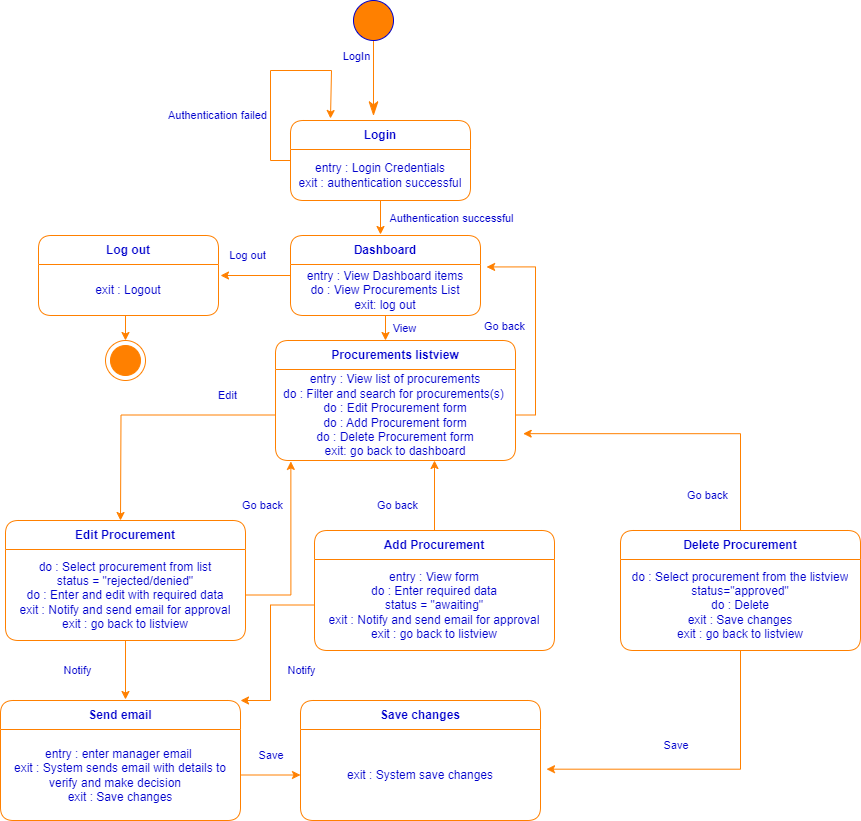
kxh03/itam keeps this draw.io diagram as itam-uml/itam-state-diagram/itam-state-diagram-procurement.png. Above is the earlier version. Source tidied: cells renumbered, new cells last; positions are measured from the earlier drawing's top-left corner, leaving out a move shared by most shapes.
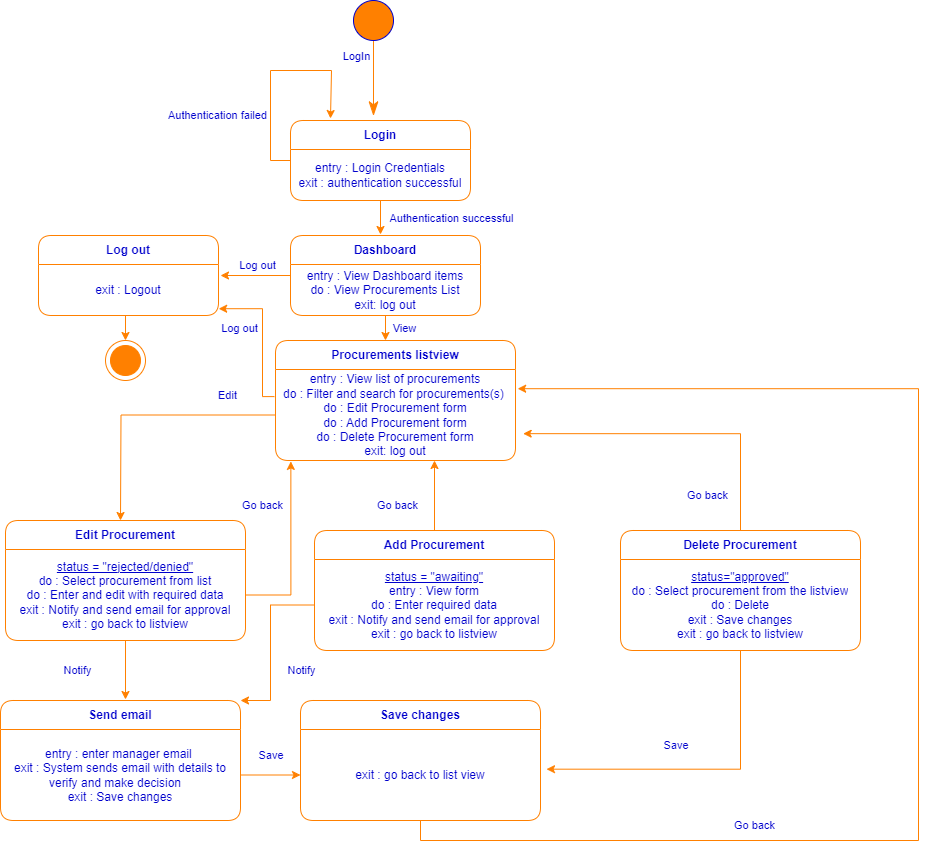
After the commit.

Commit message:
Fix state diagrams

Change to the diagram source:
```diff
@@ -68,7 +68,7 @@
       </mxGeometry>
     </mxCell>
     <mxCell id="16" value="Log out" style="text;html=1;align=center;verticalAlign=middle;labelBackgroundColor=#ffffff;fontSize=11;fontColor=#0000CC;" parent="1" vertex="1">
-      <mxGeometry x="230" y="250" as="geometry">
+      <mxGeometry x="222" y="323" as="geometry">
         <mxPoint x="16" y="4" as="offset" />
       </mxGeometry>
     </mxCell>
@@ -86,7 +86,16 @@
         <mxPoint x="-155" y="180" as="targetPoint" />
       </mxGeometry>
     </mxCell>
+    <mxCell id="24" style="edgeStyle=orthogonalEdgeStyle;rounded=0;jettySize=auto;html=1;exitX=1;exitY=0.5;exitDx=0;exitDy=0;entryX=1.001;entryY=0.867;entryDx=0;entryDy=0;entryPerimeter=0;strokeColor=#FF8000;" parent="19" edge="1" target="18">
+      <mxGeometry relative="1" as="geometry">
+        <mxPoint x="-1.1" y="56.1" as="sourcePoint" />
+        <Array as="points">
+          <mxPoint x="-13" y="56" />
+          <mxPoint x="-13" y="-32" />
+        </Array>
+      </mxGeometry>
+    </mxCell>
-    <mxCell id="21" value="&lt;div style=&quot;&quot;&gt;&lt;span style=&quot;color: rgb(0, 0, 204); background-color: initial;&quot;&gt;entry : View list of procurements&lt;/span&gt;&lt;/div&gt;&lt;font color=&quot;#0000cc&quot;&gt;&lt;div style=&quot;&quot;&gt;&lt;span style=&quot;background-color: initial;&quot;&gt;do : Filter and search for procurements(s)&amp;nbsp;&lt;/span&gt;&lt;/div&gt;&lt;div style=&quot;&quot;&gt;&lt;span style=&quot;background-color: initial;&quot;&gt;do : Edit Procurement form&lt;/span&gt;&lt;/div&gt;&lt;div style=&quot;&quot;&gt;&lt;span style=&quot;background-color: initial;&quot;&gt;do : Add Procurement form&lt;/span&gt;&lt;/div&gt;&lt;div style=&quot;&quot;&gt;&lt;span style=&quot;background-color: initial;&quot;&gt;do : Delete Procurement form&lt;/span&gt;&lt;/div&gt;&lt;div style=&quot;&quot;&gt;&lt;span style=&quot;background-color: initial;&quot;&gt;exit: go back to dashboard&lt;/span&gt;&lt;/div&gt;&lt;/font&gt;" style="text;html=1;strokeColor=none;fillColor=none;align=center;verticalAlign=middle;spacingLeft=4;spacingRight=4;overflow=hidden;points=[[0,0.5],[1,0.5]];portConstraint=eastwest;whiteSpace=wrap;" parent="19" vertex="1">
+    <mxCell id="21" value="&lt;div style=&quot;&quot;&gt;&lt;span style=&quot;color: rgb(0, 0, 204); background-color: initial;&quot;&gt;entry : View list of procurements&lt;/span&gt;&lt;/div&gt;&lt;font color=&quot;#0000cc&quot;&gt;&lt;div style=&quot;&quot;&gt;&lt;span style=&quot;background-color: initial;&quot;&gt;do : Filter and search for procurements(s)&amp;nbsp;&lt;/span&gt;&lt;/div&gt;&lt;div style=&quot;&quot;&gt;&lt;span style=&quot;background-color: initial;&quot;&gt;do : Edit Procurement form&lt;/span&gt;&lt;/div&gt;&lt;div style=&quot;&quot;&gt;&lt;span style=&quot;background-color: initial;&quot;&gt;do : Add Procurement form&lt;/span&gt;&lt;/div&gt;&lt;div style=&quot;&quot;&gt;&lt;span style=&quot;background-color: initial;&quot;&gt;do : Delete Procurement form&lt;/span&gt;&lt;/div&gt;&lt;div style=&quot;&quot;&gt;&lt;span style=&quot;background-color: initial;&quot;&gt;exit: log out&lt;/span&gt;&lt;/div&gt;&lt;/font&gt;" style="text;html=1;strokeColor=none;fillColor=none;align=center;verticalAlign=middle;spacingLeft=4;spacingRight=4;overflow=hidden;points=[[0,0.5],[1,0.5]];portConstraint=eastwest;whiteSpace=wrap;" parent="19" vertex="1">
       <mxGeometry y="29" width="240" height="91" as="geometry" />
     </mxCell>
     <mxCell id="22" value="View" style="text;html=1;align=center;verticalAlign=middle;labelBackgroundColor=#ffffff;fontSize=11;fontColor=#0000CC;" parent="1" vertex="1">
@@ -97,14 +106,6 @@
     <mxCell id="23" style="edgeStyle=orthogonalEdgeStyle;rounded=0;jettySize=auto;html=1;exitX=0.5;exitY=1;exitDx=0;exitDy=0;entryX=0.5;entryY=0;entryDx=0;entryDy=0;entryPerimeter=0;strokeColor=#FF8000;" parent="1" edge="1" source="17" target="5">
       <mxGeometry relative="1" as="geometry" />
     </mxCell>
-    <mxCell id="24" style="edgeStyle=orthogonalEdgeStyle;rounded=0;jettySize=auto;html=1;exitX=1;exitY=0.5;exitDx=0;exitDy=0;entryX=1.032;entryY=0.048;entryDx=0;entryDy=0;entryPerimeter=0;strokeColor=#FF8000;" parent="1" edge="1" source="21" target="14">
-      <mxGeometry relative="1" as="geometry" />
-    </mxCell>
-    <mxCell id="25" value="Go back" style="text;html=1;align=center;verticalAlign=middle;labelBackgroundColor=#ffffff;fontSize=11;fontColor=#0000CC;" parent="1" vertex="1">
-      <mxGeometry x="487" y="321" as="geometry">
-        <mxPoint x="16" y="4" as="offset" />
-      </mxGeometry>
-    </mxCell>
     <mxCell id="26" style="edgeStyle=orthogonalEdgeStyle;rounded=0;jettySize=auto;html=1;strokeColor=#FF8000;" parent="1" edge="1" source="27">
       <mxGeometry relative="1" as="geometry">
         <mxPoint x="125" y="699" as="targetPoint" />
@@ -113,7 +114,7 @@
     <mxCell id="27" value="&lt;font color=&quot;#0000cc&quot;&gt;Edit Procurement&lt;/font&gt;" style="swimlane;fontStyle=1;align=center;verticalAlign=middle;horizontal=1;startSize=29;html=1;whiteSpace=wrap;strokeColor=#FF8000;rounded=1;swimlaneFillColor=default;" parent="1" vertex="1">
       <mxGeometry x="5" y="520" width="240" height="120" as="geometry" />
     </mxCell>
-    <mxCell id="28" value="&lt;div style=&quot;&quot;&gt;&lt;span style=&quot;color: rgb(0, 0, 204); background-color: initial;&quot;&gt;do : Select procurement from list&lt;/span&gt;&lt;br&gt;&lt;/div&gt;&lt;div style=&quot;&quot;&gt;&lt;font color=&quot;#0000cc&quot;&gt;status = &quot;rejected/denied&quot;&lt;/font&gt;&lt;/div&gt;&lt;div style=&quot;&quot;&gt;&lt;font color=&quot;#0000cc&quot;&gt;do : Enter and edit with required data&lt;/font&gt;&lt;/div&gt;&lt;div style=&quot;&quot;&gt;&lt;font color=&quot;#0000cc&quot;&gt;exit : Notify and send email for approval&lt;/font&gt;&lt;/div&gt;&lt;div style=&quot;&quot;&gt;&lt;font color=&quot;#0000cc&quot;&gt;exit : go back to listview&lt;/font&gt;&lt;/div&gt;" style="text;html=1;strokeColor=none;fillColor=none;align=center;verticalAlign=middle;spacingLeft=4;spacingRight=4;overflow=hidden;points=[[0,0.5],[1,0.5]];portConstraint=eastwest;whiteSpace=wrap;" parent="27" vertex="1">
+    <mxCell id="28" value="&lt;div style=&quot;border-color: var(--border-color);&quot;&gt;&lt;font style=&quot;border-color: var(--border-color);&quot; color=&quot;#0000cc&quot;&gt;&lt;u&gt;status = &quot;rejected/denied&quot;&lt;/u&gt;&lt;/font&gt;&lt;/div&gt;&lt;div style=&quot;&quot;&gt;&lt;span style=&quot;color: rgb(0, 0, 204); background-color: initial;&quot;&gt;do : Select procurement from list&lt;/span&gt;&lt;br&gt;&lt;/div&gt;&lt;div style=&quot;&quot;&gt;&lt;span style=&quot;color: rgb(0, 0, 204); background-color: initial;&quot;&gt;do : Enter and edit with required data&lt;/span&gt;&lt;br&gt;&lt;/div&gt;&lt;div style=&quot;&quot;&gt;&lt;font color=&quot;#0000cc&quot;&gt;exit : Notify and send email for approval&lt;/font&gt;&lt;/div&gt;&lt;div style=&quot;&quot;&gt;&lt;font color=&quot;#0000cc&quot;&gt;exit : go back to listview&lt;/font&gt;&lt;/div&gt;" style="text;html=1;strokeColor=none;fillColor=none;align=center;verticalAlign=middle;spacingLeft=4;spacingRight=4;overflow=hidden;points=[[0,0.5],[1,0.5]];portConstraint=eastwest;whiteSpace=wrap;" parent="27" vertex="1">
       <mxGeometry y="29" width="240" height="91" as="geometry" />
     </mxCell>
     <mxCell id="29" value="Edit" style="text;html=1;align=center;verticalAlign=middle;labelBackgroundColor=#ffffff;fontSize=11;fontColor=#0000CC;" parent="1" vertex="1">
@@ -129,10 +130,19 @@
         <mxPoint x="16" y="4" as="offset" />
       </mxGeometry>
     </mxCell>
+    <mxCell id="51" style="edgeStyle=orthogonalEdgeStyle;rounded=0;jettySize=auto;html=1;exitX=0.5;exitY=1;exitDx=0;exitDy=0;entryX=1.009;entryY=0.211;entryDx=0;entryDy=0;entryPerimeter=0;strokeColor=#FF8000;" parent="1" edge="1" source="32" target="21">
+      <mxGeometry relative="1" as="geometry">
+        <Array as="points">
+          <mxPoint x="420" y="840" />
+          <mxPoint x="918" y="840" />
+          <mxPoint x="918" y="388" />
+        </Array>
+      </mxGeometry>
+    </mxCell>
     <mxCell id="32" value="&lt;font color=&quot;#0000cc&quot;&gt;Save changes&lt;/font&gt;" style="swimlane;fontStyle=1;align=center;verticalAlign=middle;horizontal=1;startSize=29;html=1;whiteSpace=wrap;strokeColor=#FF8000;rounded=1;swimlaneFillColor=default;" parent="1" vertex="1">
       <mxGeometry x="300" y="700" width="240" height="120" as="geometry" />
     </mxCell>
-    <mxCell id="33" value="&lt;div style=&quot;&quot;&gt;&lt;span style=&quot;color: rgb(0, 0, 204); background-color: initial;&quot;&gt;exit : System save changes&lt;/span&gt;&lt;br&gt;&lt;/div&gt;" style="text;html=1;strokeColor=none;fillColor=none;align=center;verticalAlign=middle;spacingLeft=4;spacingRight=4;overflow=hidden;points=[[0,0.5],[1,0.5]];portConstraint=eastwest;whiteSpace=wrap;" parent="32" vertex="1">
+    <mxCell id="33" value="&lt;div style=&quot;&quot;&gt;&lt;span style=&quot;color: rgb(0, 0, 204); background-color: initial;&quot;&gt;exit : go back to list view&lt;/span&gt;&lt;br&gt;&lt;/div&gt;" style="text;html=1;strokeColor=none;fillColor=none;align=center;verticalAlign=middle;spacingLeft=4;spacingRight=4;overflow=hidden;points=[[0,0.5],[1,0.5]];portConstraint=eastwest;whiteSpace=wrap;" parent="32" vertex="1">
       <mxGeometry y="29" width="240" height="91" as="geometry" />
     </mxCell>
     <mxCell id="34" value="Save&amp;nbsp;" style="text;html=1;align=center;verticalAlign=middle;labelBackgroundColor=#ffffff;fontSize=11;fontColor=#0000CC;" parent="1" vertex="1">
@@ -148,13 +158,13 @@
     <mxCell id="36" value="&lt;font color=&quot;#0000cc&quot;&gt;Add Procurement&lt;/font&gt;" style="swimlane;fontStyle=1;align=center;verticalAlign=middle;horizontal=1;startSize=29;html=1;whiteSpace=wrap;strokeColor=#FF8000;rounded=1;swimlaneFillColor=default;" parent="1" vertex="1">
       <mxGeometry x="314" y="530" width="240" height="120" as="geometry" />
     </mxCell>
-    <mxCell id="37" value="&lt;div style=&quot;&quot;&gt;&lt;font color=&quot;#0000cc&quot;&gt;entry : View form&lt;/font&gt;&lt;/div&gt;&lt;div style=&quot;&quot;&gt;&lt;font color=&quot;#0000cc&quot;&gt;do : Enter required data&lt;/font&gt;&lt;/div&gt;&lt;div style=&quot;&quot;&gt;&lt;font color=&quot;#0000cc&quot;&gt;status = &quot;awaiting&quot;&lt;/font&gt;&lt;/div&gt;&lt;div style=&quot;&quot;&gt;&lt;font color=&quot;#0000cc&quot;&gt;exit : Notify and send email for approval&lt;/font&gt;&lt;/div&gt;&lt;div style=&quot;&quot;&gt;&lt;font color=&quot;#0000cc&quot;&gt;exit : go back to listview&lt;/font&gt;&lt;/div&gt;" style="text;html=1;strokeColor=none;fillColor=none;align=center;verticalAlign=middle;spacingLeft=4;spacingRight=4;overflow=hidden;points=[[0,0.5],[1,0.5]];portConstraint=eastwest;whiteSpace=wrap;" parent="36" vertex="1">
+    <mxCell id="37" value="&lt;div style=&quot;border-color: var(--border-color);&quot;&gt;&lt;font style=&quot;border-color: var(--border-color);&quot; color=&quot;#0000cc&quot;&gt;&lt;u&gt;status = &quot;awaiting&quot;&lt;/u&gt;&lt;/font&gt;&lt;/div&gt;&lt;div style=&quot;&quot;&gt;&lt;font color=&quot;#0000cc&quot;&gt;entry : View form&lt;/font&gt;&lt;/div&gt;&lt;div style=&quot;&quot;&gt;&lt;font color=&quot;#0000cc&quot;&gt;do : Enter required data&lt;/font&gt;&lt;/div&gt;&lt;div style=&quot;&quot;&gt;&lt;span style=&quot;color: rgb(0, 0, 204); background-color: initial;&quot;&gt;exit : Notify and send email for approval&lt;/span&gt;&lt;br&gt;&lt;/div&gt;&lt;div style=&quot;&quot;&gt;&lt;font color=&quot;#0000cc&quot;&gt;exit : go back to listview&lt;/font&gt;&lt;/div&gt;" style="text;html=1;strokeColor=none;fillColor=none;align=center;verticalAlign=middle;spacingLeft=4;spacingRight=4;overflow=hidden;points=[[0,0.5],[1,0.5]];portConstraint=eastwest;whiteSpace=wrap;" parent="36" vertex="1">
       <mxGeometry y="29" width="240" height="91" as="geometry" />
     </mxCell>
     <mxCell id="38" value="&lt;font color=&quot;#0000cc&quot;&gt;Delete Procurement&lt;/font&gt;" style="swimlane;fontStyle=1;align=center;verticalAlign=middle;horizontal=1;startSize=29;html=1;whiteSpace=wrap;strokeColor=#FF8000;rounded=1;swimlaneFillColor=default;" parent="1" vertex="1">
       <mxGeometry x="620" y="530" width="240" height="120" as="geometry" />
     </mxCell>
-    <mxCell id="39" value="&lt;div style=&quot;&quot;&gt;&lt;font color=&quot;#0000cc&quot;&gt;do : Select procurement from the listview&lt;/font&gt;&lt;/div&gt;&lt;div style=&quot;&quot;&gt;&lt;font color=&quot;#0000cc&quot;&gt;status=&quot;approved&quot;&lt;/font&gt;&lt;/div&gt;&lt;div style=&quot;&quot;&gt;&lt;font color=&quot;#0000cc&quot;&gt;do : Delete&lt;/font&gt;&lt;/div&gt;&lt;div style=&quot;&quot;&gt;&lt;font color=&quot;#0000cc&quot;&gt;exit : Save changes&lt;/font&gt;&lt;/div&gt;&lt;div style=&quot;&quot;&gt;&lt;font color=&quot;#0000cc&quot;&gt;exit : go back to listview&lt;/font&gt;&lt;/div&gt;" style="text;html=1;strokeColor=none;fillColor=none;align=center;verticalAlign=middle;spacingLeft=4;spacingRight=4;overflow=hidden;whiteSpace=wrap;" parent="38" vertex="1">
+    <mxCell id="39" value="&lt;div style=&quot;border-color: var(--border-color);&quot;&gt;&lt;font style=&quot;border-color: var(--border-color);&quot; color=&quot;#0000cc&quot;&gt;&lt;u&gt;status=&quot;approved&quot;&lt;/u&gt;&lt;/font&gt;&lt;/div&gt;&lt;div style=&quot;&quot;&gt;&lt;font color=&quot;#0000cc&quot;&gt;do : Select procurement from the listview&lt;/font&gt;&lt;/div&gt;&lt;div style=&quot;&quot;&gt;&lt;span style=&quot;color: rgb(0, 0, 204); background-color: initial;&quot;&gt;do : Delete&lt;/span&gt;&lt;br&gt;&lt;/div&gt;&lt;div style=&quot;&quot;&gt;&lt;font color=&quot;#0000cc&quot;&gt;exit : Save changes&lt;/font&gt;&lt;/div&gt;&lt;div style=&quot;&quot;&gt;&lt;font color=&quot;#0000cc&quot;&gt;exit : go back to listview&lt;/font&gt;&lt;/div&gt;" style="text;html=1;strokeColor=none;fillColor=none;align=center;verticalAlign=middle;spacingLeft=4;spacingRight=4;overflow=hidden;whiteSpace=wrap;" parent="38" vertex="1">
       <mxGeometry y="29" width="240" height="91" as="geometry" />
     </mxCell>
     <mxCell id="40" style="edgeStyle=orthogonalEdgeStyle;rounded=0;jettySize=auto;html=1;exitX=0.5;exitY=1;exitDx=0;exitDy=0;entryX=1.025;entryY=0.436;entryDx=0;entryDy=0;entryPerimeter=0;strokeColor=#FF8000;" parent="1" edge="1" source="38" target="33">
@@ -205,5 +215,15 @@
         <mxPoint x="6" y="-1" as="offset" />
       </mxGeometry>
     </mxCell>
+    <mxCell id="52" value="Log out" style="text;html=1;align=center;verticalAlign=middle;labelBackgroundColor=#ffffff;fontSize=11;fontColor=#0000CC;" parent="1" vertex="1">
+      <mxGeometry x="240" y="260" as="geometry">
+        <mxPoint x="16" y="4" as="offset" />
+      </mxGeometry>
+    </mxCell>
+    <mxCell id="25" value="Go back" style="text;html=1;align=center;verticalAlign=middle;labelBackgroundColor=#ffffff;fontSize=11;fontColor=#0000CC;" parent="1" vertex="1">
+      <mxGeometry x="737" y="820" as="geometry">
+        <mxPoint x="16" y="4" as="offset" />
+      </mxGeometry>
+    </mxCell>
   </root>
 </mxGraphModel>
```
